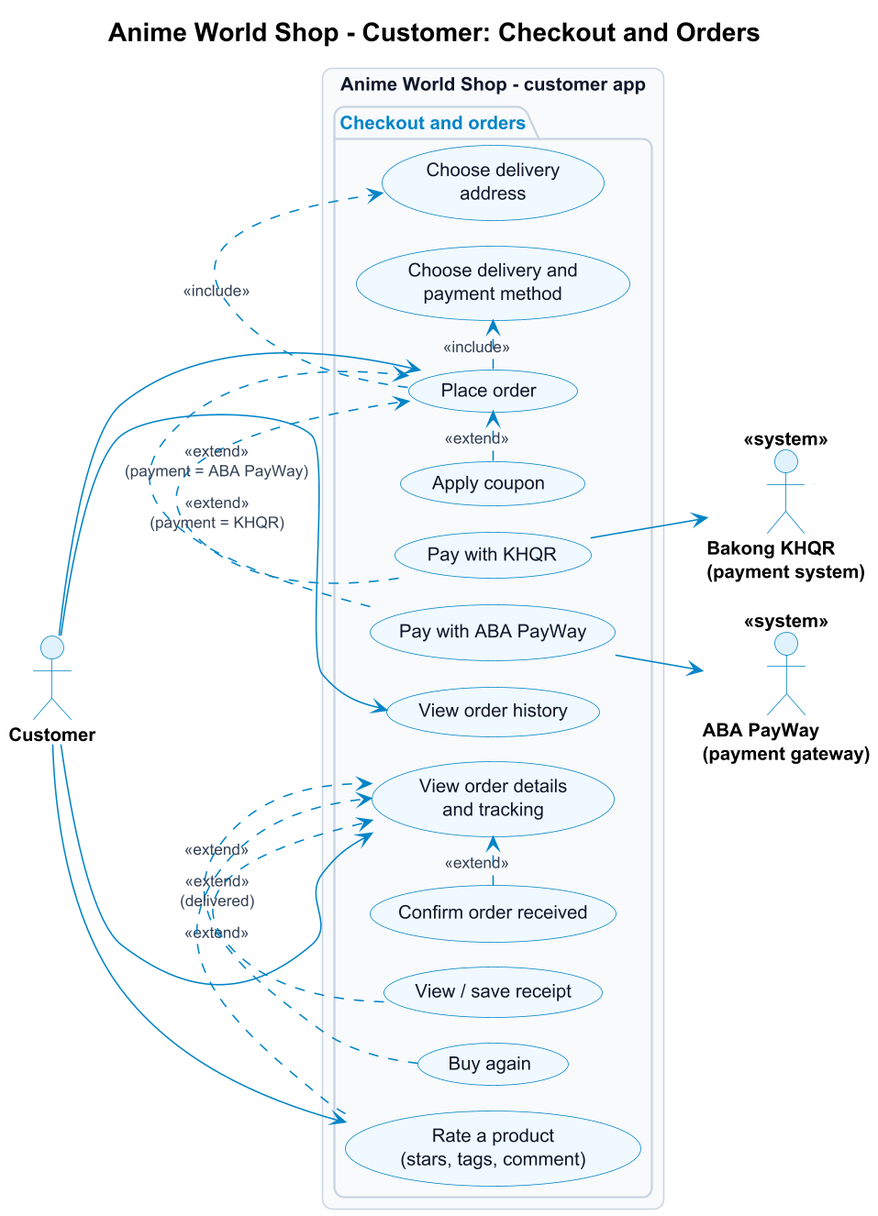
This is docs/requirements/diagrams/use-case-customer-orders.png from Vanchha16/MA_Final, a PlantUML export, as it was before one commit.
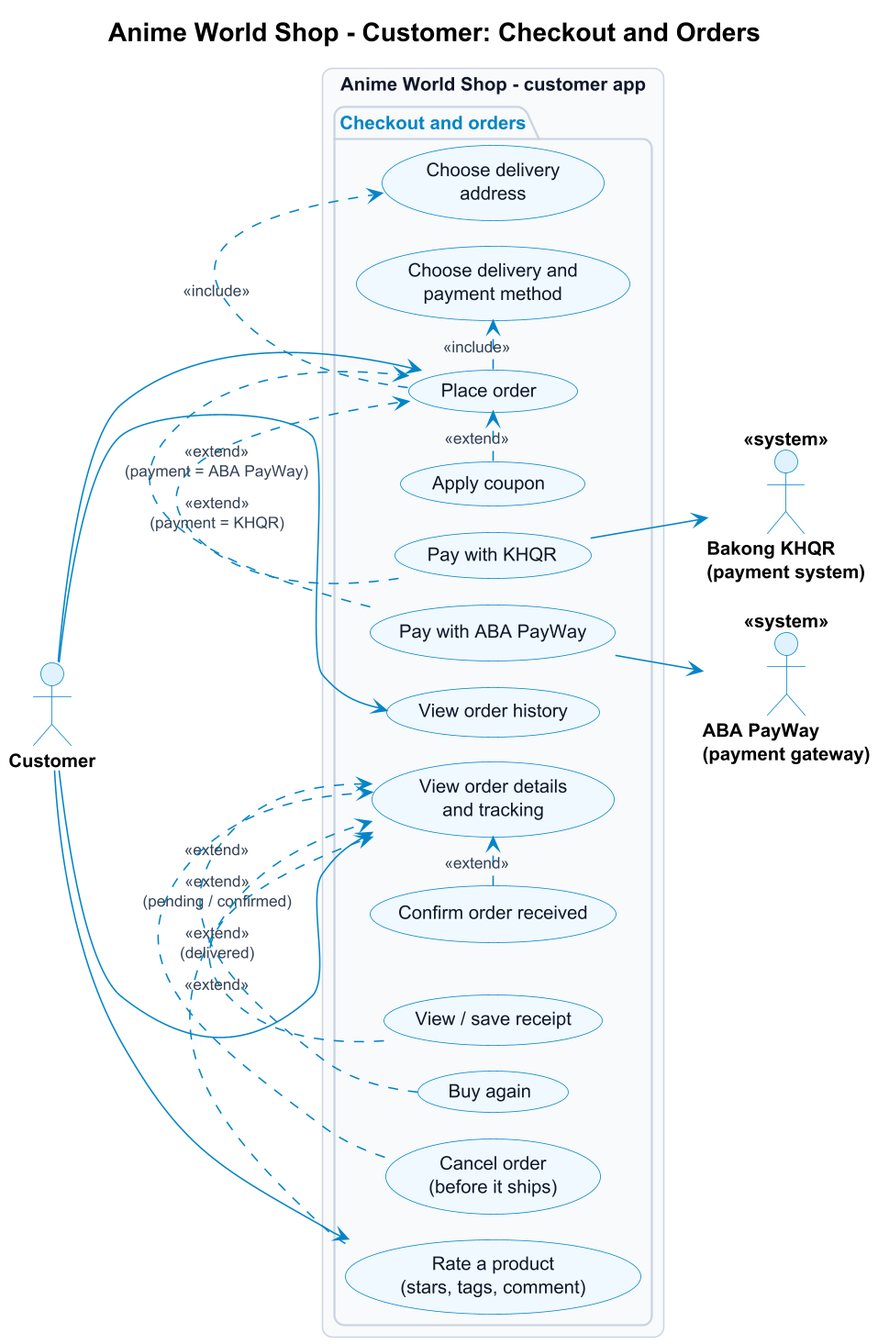
After the change.

Diff of the diagram source:
```diff
@@ -22,6 +22,7 @@
     usecase "Confirm order received" as C_Received
     usecase "View / save receipt" as C_Receipt
     usecase "Buy again" as C_Again
+    usecase "Cancel order\n(before it ships)" as C_Cancel
     usecase "Rate a product\n(stars, tags, comment)" as C_Rate
   }
 }
@@ -39,6 +40,7 @@
 C_Received .> C_OrderDetails : <<extend>>
 C_Receipt .> C_OrderDetails : <<extend>>
 C_Again .> C_OrderDetails : <<extend>>
+C_Cancel .> C_OrderDetails : <<extend>>\n(pending / confirmed)
 Customer --> C_Rate
 C_Rate .> C_OrderDetails : <<extend>>\n(delivered)
 @enduml
```
